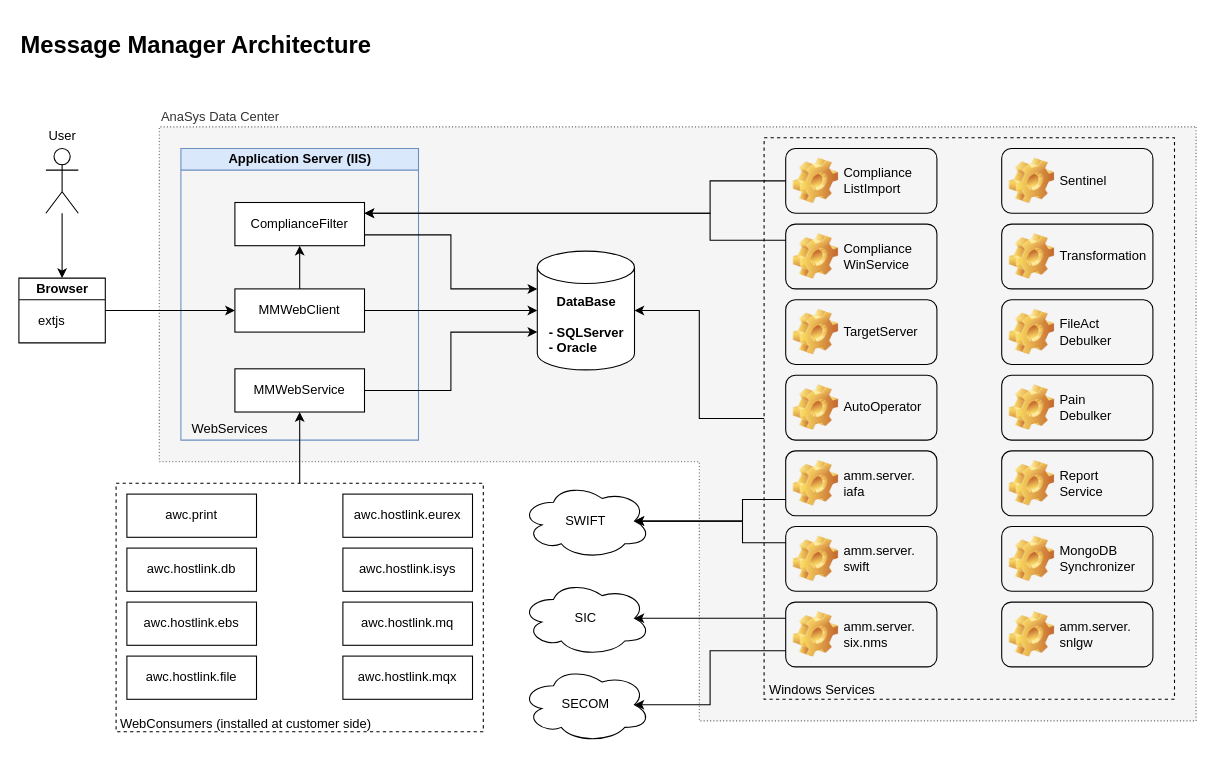
feifel/notion keeps this draw.io diagram as Diagrams/AnaSys/MessageManager/MessageManagerArchitecture.drawio. Above is the earlier version. Source tidied: cells renumbered, new cells numbered last; positions are measured from the earlier drawing's top-left corner, leaving out a move shared by most shapes. Both pictures are drawn from the tidied source at 108%, with x=0, y=0 at pixel (18, 18).
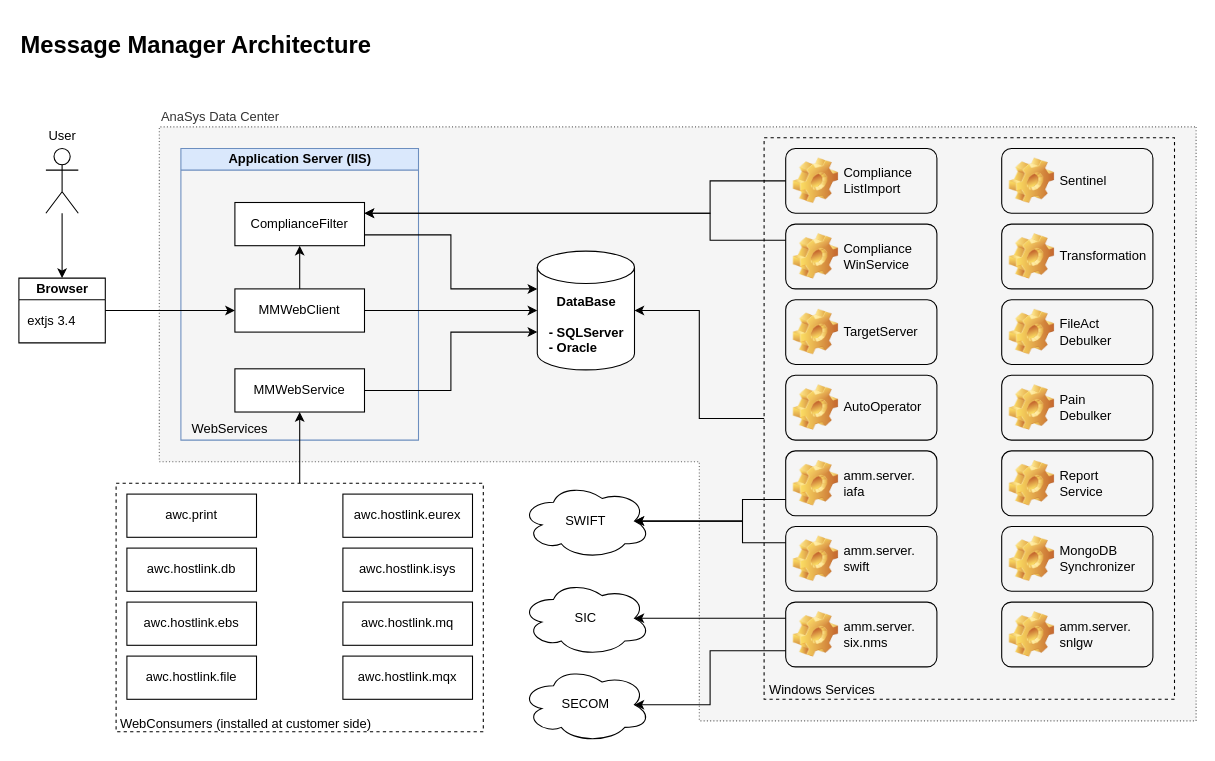
The same page after the edit.

Change to the diagram source:
```diff
@@
-    <mxCell id="28" value="extjs" style="text;html=1;align=center;verticalAlign=middle;fontSize=12;" parent="1" vertex="1">
-      <mxGeometry x="10" y="270" width="40" height="20" as="geometry" />
+    <mxCell id="28" value="extjs 3.4" style="text;html=1;align=center;verticalAlign=middle;fontSize=12;" parent="1" vertex="1">
+      <mxGeometry y="270" width="60" height="20" as="geometry" />
     </mxCell>
```
